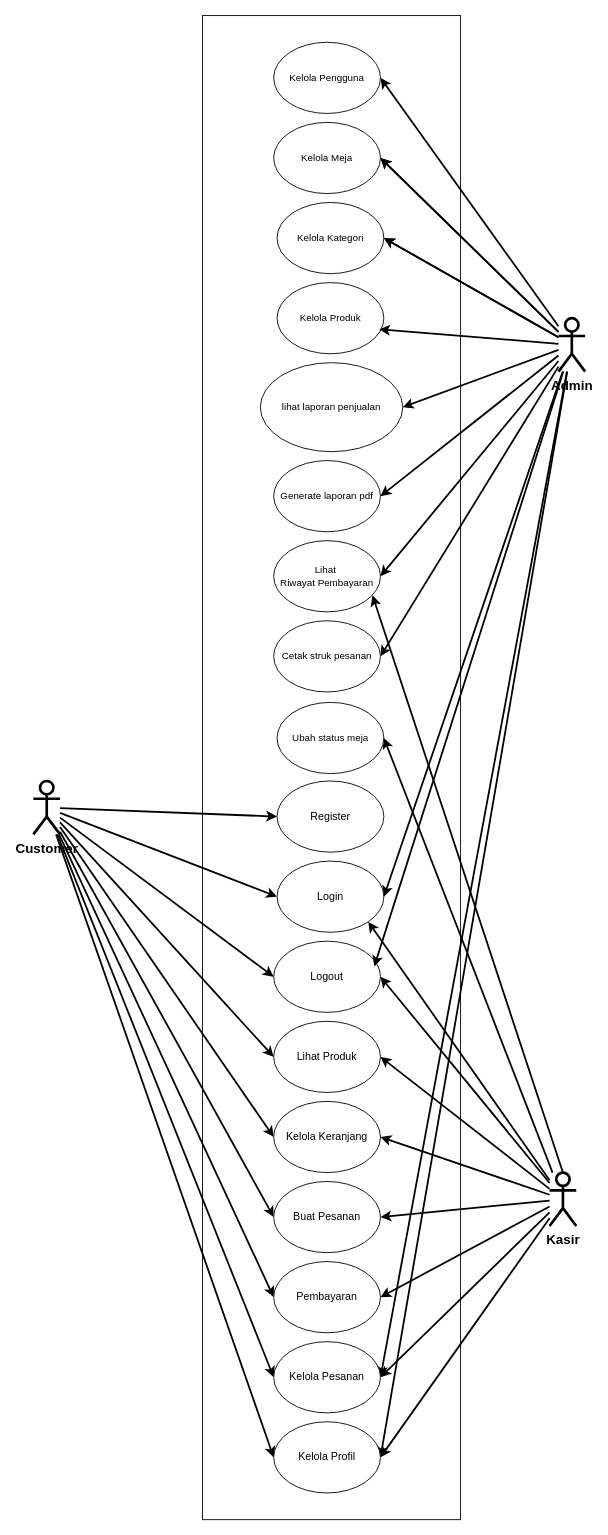
Before: assets/uml/use-case.drawio in RIOKOWI/warmindo_purnama_flutter, a draw.io diagram. Source tidied: cells renumbered, new cells numbered last; positions are measured from the earlier drawing's top-left corner, leaving out a move shared by most shapes. Both pictures are drawn from the tidied source at 89%, with x=0, y=0 at pixel (33, 15).
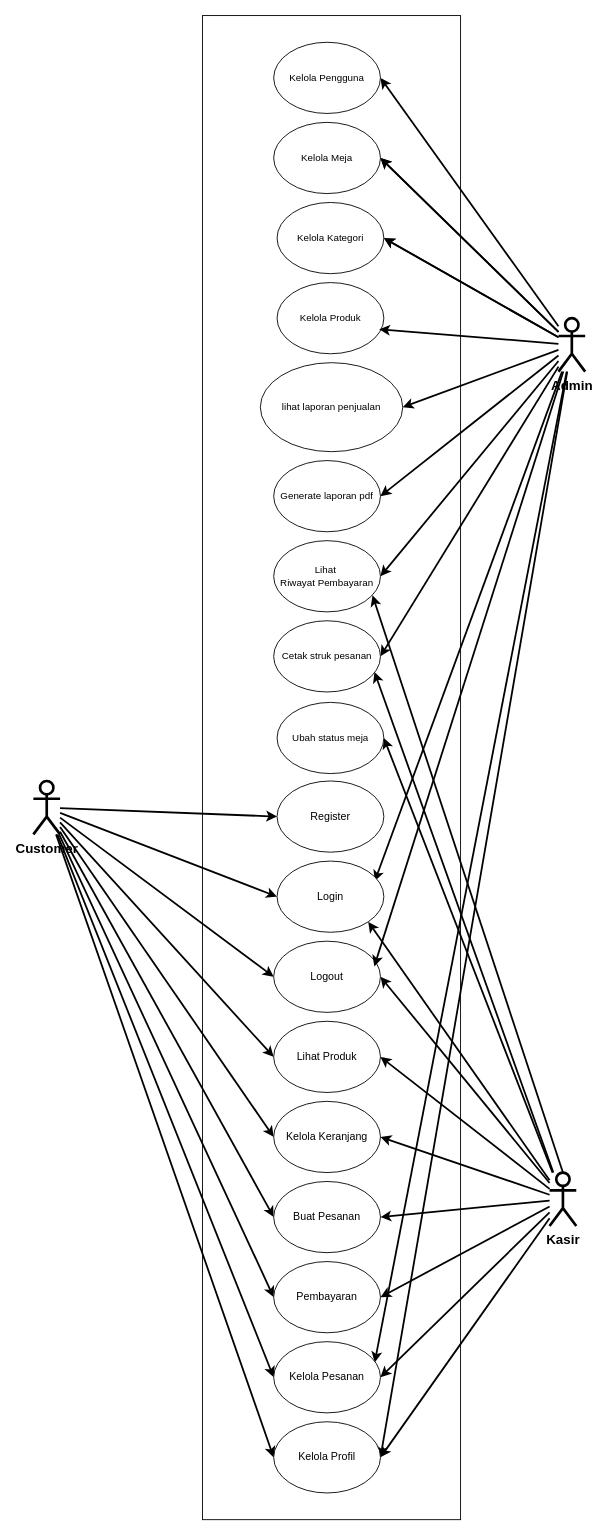
The same page after the edit.

Commit message (it also covers changes not shown here):
docs(uml): update use case for role admin and kasir

The change refers to these unchanged cells:
```xml
<mxCell id="23" value="&lt;font style=&quot;font-size: 15px;&quot;&gt;&lt;b&gt;Admin&lt;/b&gt;&lt;/font&gt;" style="shape=umlActor;verticalLabelPosition=bottom;verticalAlign=top;html=1;outlineConnect=0;strokeWidth=3;strokeColor=light-dark(#000000,#000000);align=center;fontFamily=Helvetica;fontSize=12;fontColor=default;fillColor=default;" parent="1" vertex="1">
  <mxGeometry x="590" y="340" width="30" height="60" as="geometry" />
</mxCell>
<mxCell id="33" value="&lt;font style=&quot;font-size: 15px;&quot;&gt;&lt;b&gt;Kasir&lt;/b&gt;&lt;/font&gt;" style="shape=umlActor;verticalLabelPosition=bottom;verticalAlign=top;html=1;outlineConnect=0;strokeWidth=3;strokeColor=light-dark(#000000,#000000);fillColor=default;" parent="1" vertex="1">
  <mxGeometry x="580" y="1300" width="30" height="60" as="geometry" />
</mxCell>
<mxCell id="37" value="Cetak struk pesanan" style="ellipse;whiteSpace=wrap;html=1;fontFamily=Helvetica;fontSize=11;fontColor=default;labelBackgroundColor=default;" parent="1" vertex="1">
  <mxGeometry x="270" y="680" width="120" height="80" as="geometry" />
</mxCell>
<mxCell id="48" value="Login" style="ellipse;whiteSpace=wrap;html=1;" parent="1" vertex="1">
  <mxGeometry x="273.8" y="950" width="120" height="80" as="geometry" />
</mxCell>
<mxCell id="53" value="Kelola Pesanan" style="ellipse;whiteSpace=wrap;html=1;" parent="1" vertex="1">
  <mxGeometry x="270" y="1490" width="120" height="80" as="geometry" />
</mxCell>
```

Change to the diagram source:
```diff
@@
-    <mxCell id="13" style="shape=connector;rounded=1;html=1;entryX=1;entryY=0.5;entryDx=0;entryDy=0;strokeColor=default;strokeWidth=2;align=center;verticalAlign=middle;fontFamily=Helvetica;fontSize=11;fontColor=default;labelBackgroundColor=default;endArrow=classic;" parent="1" edge="1" source="23" target="48">
+    <mxCell id="13" style="shape=connector;rounded=1;html=1;entryX=0.915;entryY=0.282;entryDx=0;entryDy=0;strokeColor=default;strokeWidth=2;align=center;verticalAlign=middle;fontFamily=Helvetica;fontSize=11;fontColor=default;labelBackgroundColor=default;endArrow=classic;entryPerimeter=0;" parent="1" edge="1" source="23" target="48">
       <mxGeometry relative="1" as="geometry" />
     </mxCell>
@@
-    <mxCell id="15" style="shape=connector;rounded=1;html=1;entryX=1;entryY=0.5;entryDx=0;entryDy=0;strokeColor=default;strokeWidth=2;align=center;verticalAlign=middle;fontFamily=Helvetica;fontSize=11;fontColor=default;labelBackgroundColor=default;endArrow=classic;" parent="1" edge="1" source="23" target="53">
+    <mxCell id="15" style="shape=connector;rounded=1;html=1;entryX=0.946;entryY=0.291;entryDx=0;entryDy=0;strokeColor=default;strokeWidth=2;align=center;verticalAlign=middle;fontFamily=Helvetica;fontSize=11;fontColor=default;labelBackgroundColor=default;endArrow=classic;entryPerimeter=0;" parent="1" edge="1" source="23" target="53">
       <mxGeometry relative="1" as="geometry" />
     </mxCell>
@@
+    <mxCell id="57" style="edgeStyle=none;shape=connector;rounded=1;html=1;entryX=0.944;entryY=0.72;entryDx=0;entryDy=0;entryPerimeter=0;strokeColor=default;strokeWidth=2;align=center;verticalAlign=middle;fontFamily=Helvetica;fontSize=11;fontColor=default;labelBackgroundColor=default;endArrow=classic;" parent="1" edge="1" source="33" target="37">
+      <mxGeometry relative="1" as="geometry" />
+    </mxCell>
```
